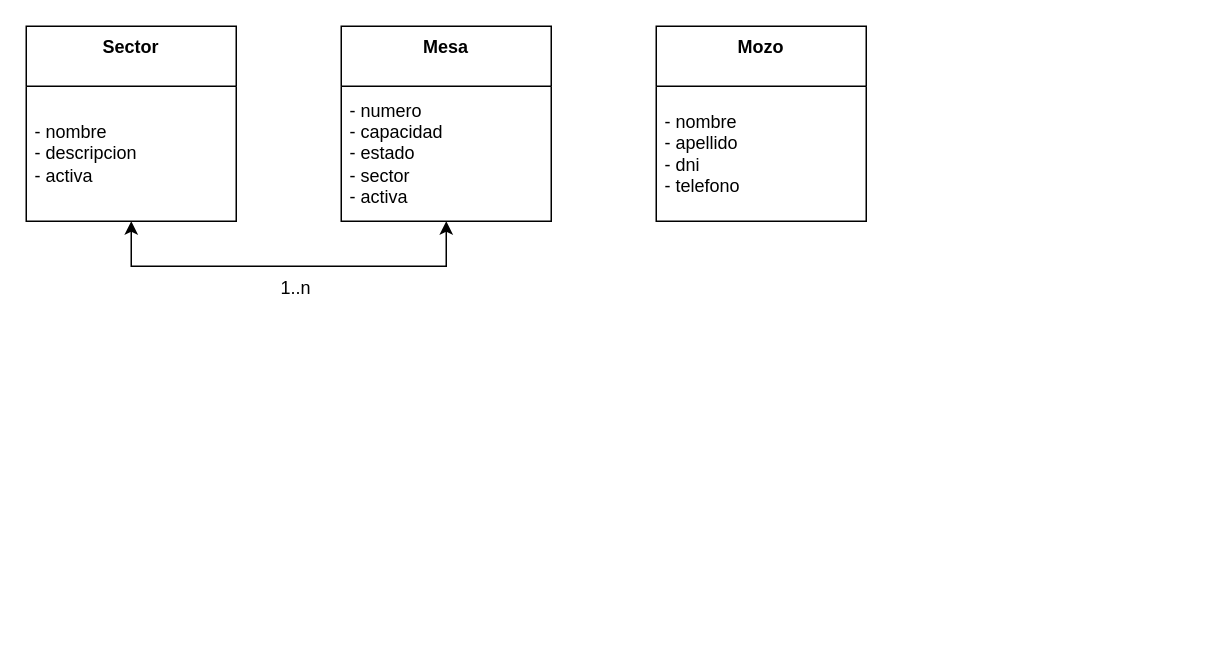
Above: page "M3 · Salón y Mozos" (2 of 5) of SPRINT-0/G3 - Diagramas por modulo.drawio in franwe-jpg/gestion-restaurante-G3 (draw.io), before the change. Source tidied: cells renumbered, new cells numbered last; positions are measured from the earlier drawing's top-left corner, leaving out a move shared by most shapes. Both pictures are drawn from the tidied source at 150%, with x=0, y=0 at pixel (26, 26).
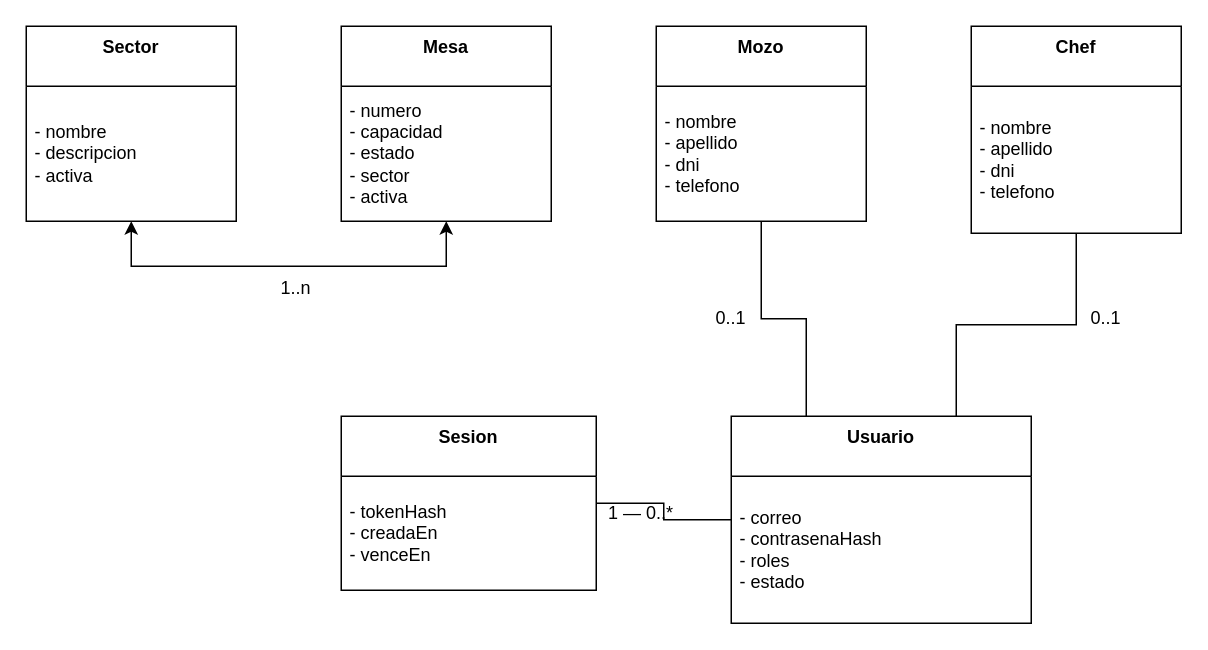
The same diagram, later.

Commit message (it also covers changes not shown here):
docs: agrega los artefactos de SDD y documenta inicio de sesión y roles (HU-TR-01)

The change refers to these unchanged cells:
```xml
<mxCell id="4" value="&lt;b&gt;Mozo&lt;/b&gt;" style="swimlane;fontStyle=0;align=center;verticalAlign=top;horizontal=1;startSize=40;html=1;whiteSpace=wrap;" parent="1" vertex="1">
  <mxGeometry x="420" width="140" height="130" as="geometry" />
</mxCell>
```

Change to the diagram source:
```diff
@@
+    <mxCell id="10" value="&lt;b&gt;Chef&lt;/b&gt;" style="swimlane;fontStyle=0;align=center;verticalAlign=top;horizontal=1;startSize=40;html=1;whiteSpace=wrap;" parent="1" vertex="1">
+      <mxGeometry x="630" width="140" height="138" as="geometry" />
+    </mxCell>
+    <mxCell id="11" value="&lt;div&gt;- nombre&lt;/div&gt;&lt;div&gt;- apellido&lt;/div&gt;&lt;div&gt;- dni&lt;/div&gt;&lt;div&gt;- telefono&lt;/div&gt;" style="text;html=1;strokeColor=none;fillColor=none;align=left;verticalAlign=middle;spacingLeft=4;spacingRight=4;overflow=hidden;whiteSpace=wrap;" parent="10" vertex="1">
+      <mxGeometry y="40" width="140" height="98" as="geometry" />
+    </mxCell>
+    <mxCell id="12" value="&lt;b&gt;Usuario&lt;/b&gt;" style="swimlane;fontStyle=0;align=center;verticalAlign=top;horizontal=1;startSize=40;html=1;whiteSpace=wrap;" parent="1" vertex="1">
+      <mxGeometry x="470" y="260" width="200" height="138" as="geometry" />
+    </mxCell>
+    <mxCell id="13" value="&lt;div&gt;- correo&lt;/div&gt;&lt;div&gt;- contrasenaHash&lt;/div&gt;&lt;div&gt;- roles&lt;/div&gt;&lt;div&gt;- estado&lt;/div&gt;" style="text;html=1;strokeColor=none;fillColor=none;align=left;verticalAlign=middle;spacingLeft=4;spacingRight=4;overflow=hidden;whiteSpace=wrap;" parent="12" vertex="1">
+      <mxGeometry y="40" width="200" height="98" as="geometry" />
+    </mxCell>
+    <mxCell id="14" value="&lt;b&gt;Sesion&lt;/b&gt;" style="swimlane;fontStyle=0;align=center;verticalAlign=top;horizontal=1;startSize=40;html=1;whiteSpace=wrap;" parent="1" vertex="1">
+      <mxGeometry x="210" y="260" width="170" height="116" as="geometry" />
+    </mxCell>
+    <mxCell id="15" value="&lt;div&gt;- tokenHash&lt;/div&gt;&lt;div&gt;- creadaEn&lt;/div&gt;&lt;div&gt;- venceEn&lt;/div&gt;" style="text;html=1;strokeColor=none;fillColor=none;align=left;verticalAlign=middle;spacingLeft=4;spacingRight=4;overflow=hidden;whiteSpace=wrap;" parent="14" vertex="1">
+      <mxGeometry y="40" width="170" height="76" as="geometry" />
+    </mxCell>
+    <mxCell id="16" style="endArrow=classic;startArrow=classic;html=1;rounded=0;exitX=0.5;exitY=1;exitDx=0;exitDy=0;entryX=0.25;entryY=0;entryDx=0;entryDy=0;edgeStyle=orthogonalEdgeStyle;endArrow=none;startArrow=none;" parent="1" edge="1" source="4" target="12">
+      <mxGeometry relative="1" as="geometry" />
+    </mxCell>
+    <mxCell id="17" style="endArrow=classic;startArrow=classic;html=1;rounded=0;exitX=0.5;exitY=1;exitDx=0;exitDy=0;entryX=0.75;entryY=0;entryDx=0;entryDy=0;edgeStyle=orthogonalEdgeStyle;endArrow=none;startArrow=none;" parent="1" edge="1" source="10" target="12">
+      <mxGeometry relative="1" as="geometry" />
+    </mxCell>
+    <mxCell id="18" style="endArrow=classic;startArrow=classic;html=1;rounded=0;exitX=0;exitY=0.5;exitDx=0;exitDy=0;entryX=1;entryY=0.5;entryDx=0;entryDy=0;edgeStyle=orthogonalEdgeStyle;endArrow=none;startArrow=none;" parent="1" edge="1" source="12" target="14">
+      <mxGeometry relative="1" as="geometry" />
+    </mxCell>
+    <mxCell id="19" value="0..1" style="text;html=1;whiteSpace=wrap;strokeColor=none;fillColor=none;align=center;verticalAlign=middle;rounded=0;" parent="1" vertex="1">
+      <mxGeometry x="440" y="180" width="60" height="30" as="geometry" />
+    </mxCell>
+    <mxCell id="20" value="0..1" style="text;html=1;whiteSpace=wrap;strokeColor=none;fillColor=none;align=center;verticalAlign=middle;rounded=0;" parent="1" vertex="1">
+      <mxGeometry x="690" y="180" width="60" height="30" as="geometry" />
+    </mxCell>
+    <mxCell id="21" value="1 — 0..*" style="text;html=1;whiteSpace=wrap;strokeColor=none;fillColor=none;align=center;verticalAlign=middle;rounded=0;" parent="1" vertex="1">
+      <mxGeometry x="380" y="310" width="60" height="30" as="geometry" />
+    </mxCell>
```
